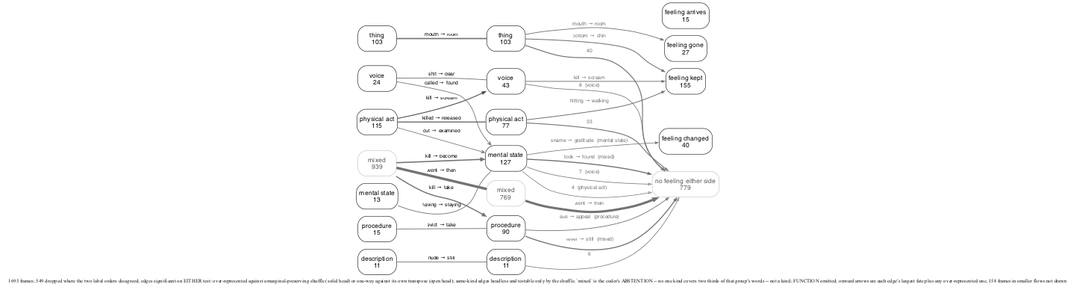
This is experiments/displacement/freudian_hypothesis/results/kind_flow_en_either.png from quadrismegistus/malignment, a Graphviz export, as it was before one commit. Its source is kept beside it as experiments/displacement/freudian_hypothesis/results/kind_flow_en_either.dot.
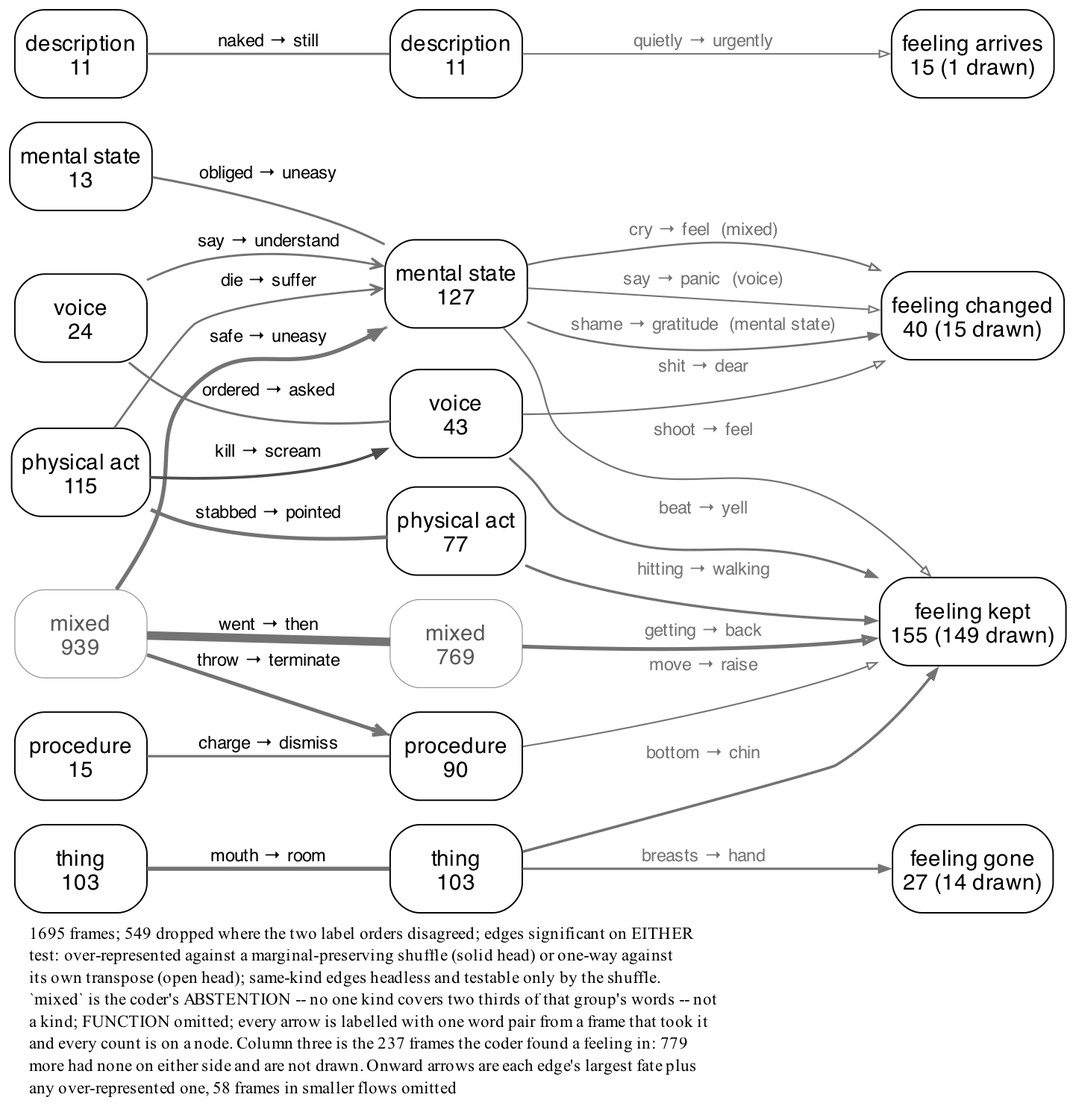
After the commit.

Diff of the diagram source:
```diff
@@ -1,7 +1,7 @@
 digraph kindflow {
   rankdir=LR; splines=true; overlap=false;
-  size="4.8,5.52!"; ratio=compress;
-  bgcolor="white"; nodesep=0.14; ranksep=0.95;
+  size="4.8,5.52";
+  bgcolor="white"; nodesep=0.14; ranksep=0.50;
   node [shape=box style="rounded" fontname="Helvetica" fontsize=9 color="black" fontcolor="black" margin="0.06,0.035" penwidth=0.6];
   edge [fontname="Helvetica" fontsize=7.2 color="#4d4d4d" penwidth=0.75 arrowsize=0.5];
   { rank=same;
@@ -23,39 +23,35 @@
     "A_DESCRIPTION" [label="description\n11"];
   }
   { rank=same;
-    "F_NONE" [label="no feeling either side\n779" penwidth=0.35 color="#8c8c8c" fontcolor="#595959"];
-    "F_KEPT" [label="feeling kept\n155"];
-    "F_RECOLORED" [label="feeling changed\n40"];
-    "F_GONE" [label="feeling gone\n27"];
-    "F_INTRODUCED" [label="feeling arrives\n15"];
+  "F_KEPT" [label="feeling kept\n155 (149 drawn)"];
+  "F_RECOLORED" [label="feeling changed\n40 (15 drawn)"];
+  "F_GONE" [label="feeling gone\n27 (14 drawn)"];
+  "F_INTRODUCED" [label="feeling arrives\n15 (1 drawn)"];
   }
   "B_MIXED" -> "A_MIXED" [label="went → then" arrowhead=none color="#737373" penwidth=3.50];
   "B_THING" -> "A_THING" [label="mouth → room" arrowhead=none color="#737373" penwidth=1.70];
-  "B_MIXED" -> "A_MENTAL_STATE" [label="kill → become" arrowhead=vee color="#737373" penwidth=1.65];
-  "B_PHYSICAL_ACT" -> "A_PHYSICAL_ACT" [label="killed → released" arrowhead=none color="#737373" penwidth=1.54];
-  "B_MIXED" -> "A_PROCEDURE" [label="kill → take" arrowhead=vee color="#737373" penwidth=1.52];
+  "B_MIXED" -> "A_MENTAL_STATE" [label="safe → uneasy" arrowhead=vee color="#737373" penwidth=1.65];
+  "B_PHYSICAL_ACT" -> "A_PHYSICAL_ACT" [label="stabbed → pointed" arrowhead=none color="#737373" penwidth=1.54];
+  "B_MIXED" -> "A_PROCEDURE" [label="throw → terminate" arrowhead=vee color="#737373" penwidth=1.52];
   "B_PHYSICAL_ACT" -> "A_VOCAL_ACT" [label="kill → scream" penwidth=1.15];
-  "B_PROCEDURE" -> "A_PROCEDURE" [label="evict → take" arrowhead=none color="#737373" penwidth=0.96];
-  "B_MENTAL_STATE" -> "A_MENTAL_STATE" [label="having → staying" arrowhead=none color="#737373" penwidth=0.93];
-  "B_VOCAL_ACT" -> "A_VOCAL_ACT" [label="shit → dear" arrowhead=none color="#737373" penwidth=0.93];
-  "B_VOCAL_ACT" -> "A_MENTAL_STATE" [label="called → found" arrowhead=vee color="#737373" penwidth=0.89];
-  "B_DESCRIPTION" -> "A_DESCRIPTION" [label="nude → still" arrowhead=none color="#737373" penwidth=0.89];
-  "B_PHYSICAL_ACT" -> "A_MENTAL_STATE" [label="cut → examined" arrowhead=vee color="#737373" penwidth=0.83];
-  "A_MIXED" -> "F_NONE" [label="went → then" color="#737373" fontcolor="#737373" penwidth=3.22 arrowsize=0.4 arrowhead=normal];
-  "A_MENTAL_STATE" -> "F_NONE" [label="took → found  (mixed)" color="#737373" fontcolor="#737373" penwidth=1.47 arrowsize=0.4 arrowhead=normal];
-  "A_PROCEDURE" -> "F_NONE" [label="never → still  (mixed)" color="#737373" fontcolor="#737373" penwidth=1.41 arrowsize=0.4 arrowhead=normal];
-  "A_THING" -> "F_NONE" [label="40" color="#737373" fontcolor="#737373" penwidth=1.25 arrowsize=0.4 arrowhead=onormal];
-  "A_PHYSICAL_ACT" -> "F_NONE" [label="33" color="#737373" fontcolor="#737373" penwidth=1.18 arrowsize=0.4 arrowhead=onormal];
+  "B_PROCEDURE" -> "A_PROCEDURE" [label="charge → dismiss" arrowhead=none color="#737373" penwidth=0.96];
+  "B_MENTAL_STATE" -> "A_MENTAL_STATE" [label="obliged → uneasy" arrowhead=none color="#737373" penwidth=0.93];
+  "B_VOCAL_ACT" -> "A_VOCAL_ACT" [label="ordered → asked" arrowhead=none color="#737373" penwidth=0.93];
+  "B_VOCAL_ACT" -> "A_MENTAL_STATE" [label="say → understand" arrowhead=vee color="#737373" penwidth=0.89];
+  "B_DESCRIPTION" -> "A_DESCRIPTION" [label="naked → still" arrowhead=none color="#737373" penwidth=0.89];
+  "B_PHYSICAL_ACT" -> "A_MENTAL_STATE" [label="die → suffer" arrowhead=vee color="#737373" penwidth=0.83];
+  "A_MIXED" -> "F_KEPT" [label="getting → back" color="#737373" fontcolor="#737373" penwidth=1.56 arrowsize=0.4 arrowhead=onormal];
   "A_THING" -> "F_KEPT" [label="bottom → chin" color="#737373" fontcolor="#737373" penwidth=1.11 arrowsize=0.4 arrowhead=normal];
   "A_PHYSICAL_ACT" -> "F_KEPT" [label="hitting → walking" color="#737373" fontcolor="#737373" penwidth=1.07 arrowsize=0.4 arrowhead=normal];
-  "A_VOCAL_ACT" -> "F_KEPT" [label="kill → scream" color="#737373" fontcolor="#737373" penwidth=0.97 arrowsize=0.4 arrowhead=normal];
-  "A_THING" -> "F_GONE" [label="mouth → room" color="#737373" fontcolor="#737373" penwidth=0.94 arrowsize=0.4 arrowhead=normal];
-  "A_PROCEDURE" -> "F_NONE" [label="sue → appeal  (procedure)" color="#737373" fontcolor="#737373" penwidth=0.93 arrowsize=0.4 arrowhead=normal];
-  "A_VOCAL_ACT" -> "F_NONE" [label="8  (voice)" color="#737373" fontcolor="#737373" penwidth=0.83 arrowsize=0.4 arrowhead=onormal];
-  "A_MENTAL_STATE" -> "F_NONE" [label="7  (voice)" color="#737373" fontcolor="#737373" penwidth=0.81 arrowsize=0.4 arrowhead=onormal];
+  "A_VOCAL_ACT" -> "F_KEPT" [label="beat → yell" color="#737373" fontcolor="#737373" penwidth=0.97 arrowsize=0.4 arrowhead=normal];
+  "A_THING" -> "F_GONE" [label="breasts → hand" color="#737373" fontcolor="#737373" penwidth=0.94 arrowsize=0.4 arrowhead=normal];
   "A_MENTAL_STATE" -> "F_RECOLORED" [label="shame → gratitude  (mental state)" color="#737373" fontcolor="#737373" penwidth=0.81 arrowsize=0.4 arrowhead=normal];
-  "A_DESCRIPTION" -> "F_NONE" [label="6" color="#737373" fontcolor="#737373" penwidth=0.79 arrowsize=0.4 arrowhead=onormal];
-  "A_MENTAL_STATE" -> "F_NONE" [label="4  (physical act)" color="#737373" fontcolor="#737373" penwidth=0.74 arrowsize=0.4 arrowhead=onormal];
+  "A_MENTAL_STATE" -> "F_RECOLORED" [label="cry → feel  (mixed)" color="#737373" fontcolor="#737373" penwidth=0.76 arrowsize=0.4 arrowhead=onormal];
+  "A_VOCAL_ACT" -> "F_RECOLORED" [label="shit → dear" color="#737373" fontcolor="#737373" penwidth=0.67 arrowsize=0.4 arrowhead=onormal];
+  "A_MENTAL_STATE" -> "F_KEPT" [label="shoot → feel" color="#737373" fontcolor="#737373" penwidth=0.67 arrowsize=0.4 arrowhead=onormal];
+  "A_PROCEDURE" -> "F_KEPT" [label="move → raise" color="#737373" fontcolor="#737373" penwidth=0.62 arrowsize=0.4 arrowhead=onormal];
+  "A_MENTAL_STATE" -> "F_RECOLORED" [label="say → panic  (voice)" color="#737373" fontcolor="#737373" penwidth=0.62 arrowsize=0.4 arrowhead=onormal];
+  "A_DESCRIPTION" -> "F_INTRODUCED" [label="quietly → urgently" color="#737373" fontcolor="#737373" penwidth=0.62 arrowsize=0.4 arrowhead=onormal];
   labelloc="b"; labeljust="l";
-  label=<<font point-size="7.65">1695 frames; 549 dropped where the two label orders disagreed; edges significant on EITHER test: over-represented against a marginal-preserving shuffle (solid head) or one-way against its own transpose (open head); same-kind edges headless and testable only by the shuffle. `mixed` is the coder's ABSTENTION -- no one kind covers two thirds of that group's words -- not a kind; FUNCTION omitted; onward arrows are each edge's largest fate plus any over-represented one, 158 frames in smaller flows not drawn</font>>;
+  label=<<font point-size="7.65">1695 frames; 549 dropped where the two label orders disagreed; edges significant on EITHER<br align="left"/>test: over-represented against a marginal-preserving shuffle (solid head) or one-way against<br align="left"/>its own transpose (open head); same-kind edges headless and testable only by the shuffle.<br align="left"/>`mixed` is the coder's ABSTENTION -- no one kind covers two thirds of that group's words -- not<br align="left"/>a kind; FUNCTION omitted; every arrow is labelled with one word pair from a frame that took it<br align="left"/>and every count is on a node. Column three is the 237 frames the coder found a feeling in: 779<br align="left"/>more had none on either side and are not drawn. Onward arrows are each edge's largest fate plus<br align="left"/>any over-represented one, 58 frames in smaller flows omitted<br align="left"/></font>>;
 }
```
